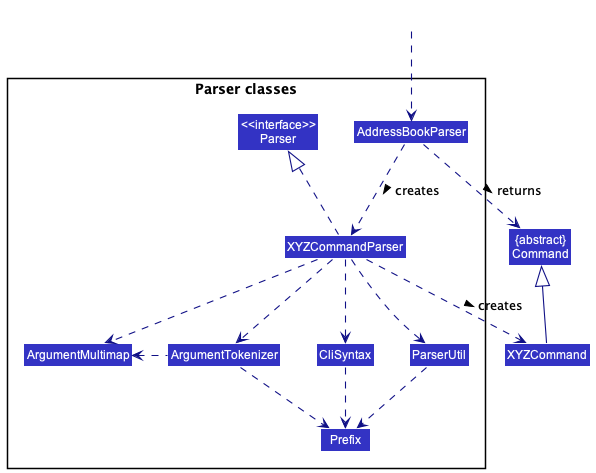
The PlantUML diagram docs/images/ParserClasses.png in nus-cs2103-AY2223S1/tp, before a commit.
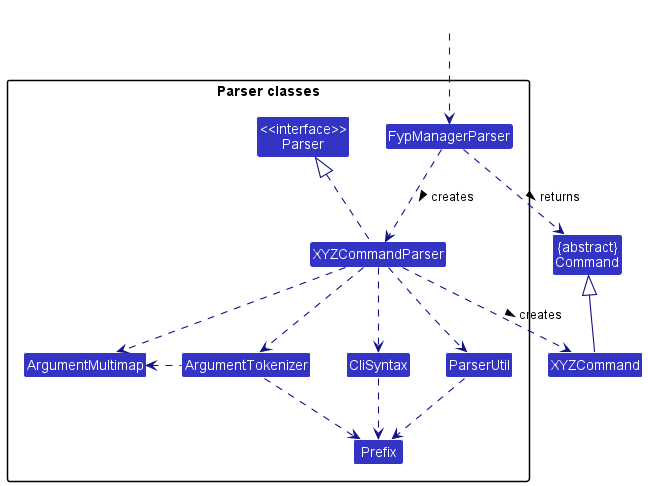
The same file after the commit.

The edit, as a diff of the source:
```diff
@@ -9,7 +9,7 @@
 
 package "Parser classes"{
 Class "<<interface>>\nParser" as Parser
-Class AddressBookParser
+Class FypManagerParser
 Class XYZCommandParser
 Class CliSyntax
 Class ParserUtil
@@ -19,12 +19,12 @@
 }
 
 Class HiddenOutside #FFFFFF
-HiddenOutside ..> AddressBookParser
+HiddenOutside ..> FypManagerParser
 
-AddressBookParser .down.> XYZCommandParser: creates >
+FypManagerParser .down.> XYZCommandParser: creates >
 
 XYZCommandParser ..> XYZCommand : creates >
-AddressBookParser ..> Command : returns >
+FypManagerParser ..> Command : returns >
 XYZCommandParser .up.|> Parser
 XYZCommandParser ..> ArgumentMultimap
 XYZCommandParser ..> ArgumentTokenizer
```
